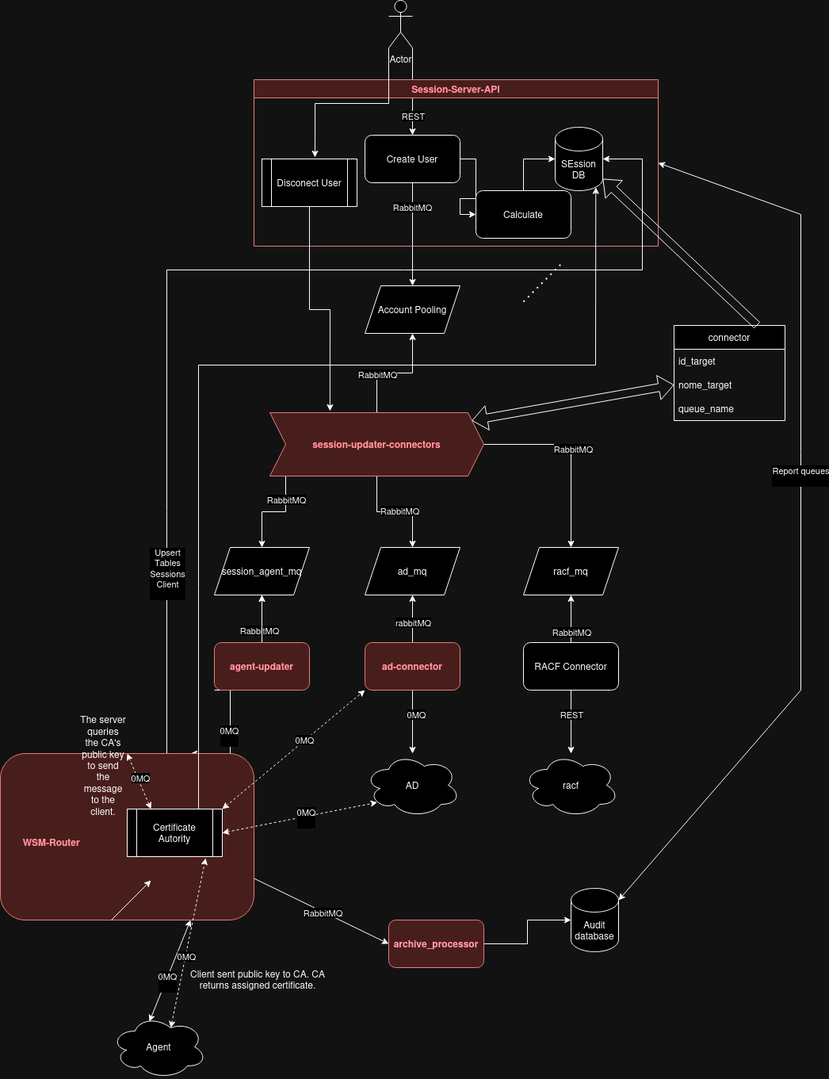
This is fluxo-wsm-session-server.drawio.png from eBZtec/Workday-Session-Management, a draw.io export, as it was before one commit. Source tidied: cells renumbered, new cells last; positions are measured from the earlier drawing's top-left corner, leaving out a move shared by most shapes.
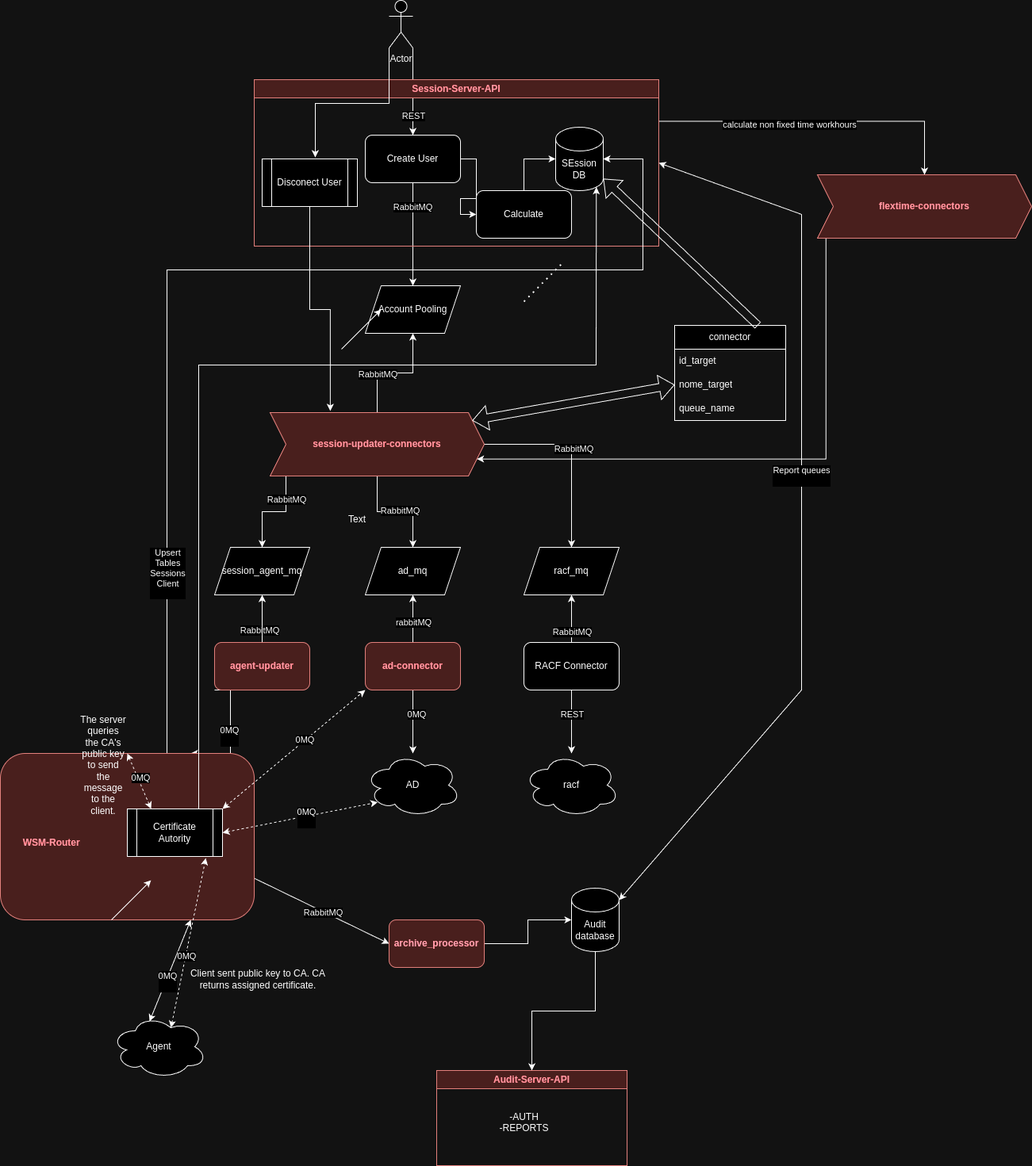
Later version of the same file.

What changed in the source:
```diff
@@ -29,6 +29,14 @@
     <mxCell id="10" value="Account Pooling" style="shape=parallelogram;perimeter=parallelogramPerimeter;whiteSpace=wrap;html=1;fixedSize=1;" parent="1" vertex="1">
       <mxGeometry x="460" y="360" width="120" height="60" as="geometry" />
     </mxCell>
+    <mxCell id="80" style="edgeStyle=orthogonalEdgeStyle;rounded=0;jettySize=auto;html=1;exitX=1;exitY=0.25;exitDx=0;exitDy=0;entryX=0.5;entryY=0;entryDx=0;entryDy=0;" parent="1" edge="1" source="11" target="87">
+      <mxGeometry relative="1" as="geometry" />
+    </mxCell>
+    <mxCell id="81" value="calculate non fixed time workhours" style="edgeLabel;html=1;align=center;verticalAlign=middle;" parent="80" vertex="1">
+      <mxGeometry x="-0.19" y="-3" relative="1" as="geometry">
+        <mxPoint y="1" as="offset" />
+      </mxGeometry>
+    </mxCell>
     <mxCell id="11" value="&lt;font color=&quot;#c01c28&quot;&gt;Session-Server-API&lt;/font&gt;" style="swimlane;whiteSpace=wrap;html=1;fillColor=#f8cecc;strokeColor=#b85450;" parent="1" vertex="1">
       <mxGeometry x="320" y="100" width="510" height="210" as="geometry" />
     </mxCell>
@@ -230,6 +238,9 @@
     <mxCell id="72" style="edgeStyle=orthogonalEdgeStyle;rounded=0;jettySize=auto;html=1;exitX=0.5;exitY=1;exitDx=0;exitDy=0;entryX=0.281;entryY=-0.025;entryDx=0;entryDy=0;entryPerimeter=0;" parent="1" edge="1" source="13" target="22">
       <mxGeometry relative="1" as="geometry" />
     </mxCell>
+    <mxCell id="82" style="edgeStyle=orthogonalEdgeStyle;rounded=0;jettySize=auto;html=1;exitX=0.5;exitY=1;exitDx=0;exitDy=0;exitPerimeter=0;entryX=0.5;entryY=0;entryDx=0;entryDy=0;" parent="1" edge="1" source="73" target="83">
+      <mxGeometry relative="1" as="geometry" />
+    </mxCell>
     <mxCell id="73" value="Audit database" style="shape=cylinder3;whiteSpace=wrap;html=1;boundedLbl=1;backgroundOutline=1;size=15;" parent="1" vertex="1">
       <mxGeometry x="720" y="1120" width="60" height="80" as="geometry" />
     </mxCell>
@@ -262,5 +273,48 @@
     <mxCell id="79" value="&lt;div&gt;Report queues&lt;/div&gt;&lt;div&gt;&lt;br&gt;&lt;/div&gt;" style="edgeLabel;html=1;align=center;verticalAlign=middle;" parent="78" vertex="1">
       <mxGeometry x="0.09" y="1" relative="1" as="geometry" />
     </mxCell>
+    <mxCell id="83" value="&lt;font color=&quot;#c01c28&quot;&gt;Audit-Server-API&lt;/font&gt;" style="swimlane;whiteSpace=wrap;html=1;fillColor=#f8cecc;strokeColor=#b85450;" parent="1" vertex="1">
+      <mxGeometry x="550" y="1350" width="240" height="120" as="geometry" />
+    </mxCell>
+    <mxCell id="84" value="Text" style="text;html=1;align=center;verticalAlign=middle;whiteSpace=wrap;rounded=0;" parent="1" vertex="1">
+      <mxGeometry x="420" y="640" width="60" height="30" as="geometry" />
+    </mxCell>
+    <mxCell id="85" value="&lt;div&gt;-AUTH&lt;/div&gt;&lt;div&gt;-REPORTS&lt;/div&gt;&lt;div&gt;&lt;br&gt;&lt;/div&gt;" style="text;html=1;align=center;verticalAlign=middle;strokeColor=none;fillColor=none;" parent="1" vertex="1">
+      <mxGeometry x="615" y="1393" width="90" height="60" as="geometry" />
+    </mxCell>
+    <mxCell id="86" style="edgeStyle=orthogonalEdgeStyle;rounded=0;jettySize=auto;html=1;exitX=0;exitY=0.75;exitDx=0;exitDy=0;entryX=1;entryY=0.75;entryDx=0;entryDy=0;" parent="1" edge="1" source="87" target="22">
+      <mxGeometry relative="1" as="geometry">
+        <Array as="points">
+          <mxPoint x="1041" y="579" />
+        </Array>
+      </mxGeometry>
+    </mxCell>
+    <mxCell id="87" value="&lt;font color=&quot;#c01c28&quot;&gt;&lt;b&gt;flextime-connectors&lt;/b&gt;&lt;/font&gt;" style="shape=step;perimeter=stepPerimeter;whiteSpace=wrap;html=1;fixedSize=1;fillColor=#f8cecc;strokeColor=#b85450;" parent="1" vertex="1">
+      <mxGeometry x="1030" y="220" width="270" height="80" as="geometry" />
+    </mxCell>
+    <mxCell id="88" style="endArrow=classic;html=1;rounded=0;" parent="1" edge="1">
+      <mxGeometry relative="1" as="geometry">
+        <mxPoint x="430" y="440" as="sourcePoint" />
+        <mxPoint x="480" y="390" as="targetPoint" />
+      </mxGeometry>
+    </mxCell>
+    <mxCell id="89" style="endArrow=classic;html=1;rounded=0;" parent="1" edge="1">
+      <mxGeometry relative="1" as="geometry">
+        <mxPoint x="430" y="440" as="sourcePoint" />
+        <mxPoint x="480" y="390" as="targetPoint" />
+      </mxGeometry>
+    </mxCell>
+    <mxCell id="90" style="endArrow=classic;html=1;rounded=0;" parent="1" edge="1">
+      <mxGeometry relative="1" as="geometry">
+        <mxPoint x="430" y="440" as="sourcePoint" />
+        <mxPoint x="480" y="390" as="targetPoint" />
+      </mxGeometry>
+    </mxCell>
+    <mxCell id="91" style="endArrow=classic;html=1;rounded=0;" parent="1" edge="1">
+      <mxGeometry relative="1" as="geometry">
+        <mxPoint x="430" y="440" as="sourcePoint" />
+        <mxPoint x="480" y="390" as="targetPoint" />
+      </mxGeometry>
+    </mxCell>
   </root>
 </mxGraphModel>
```
